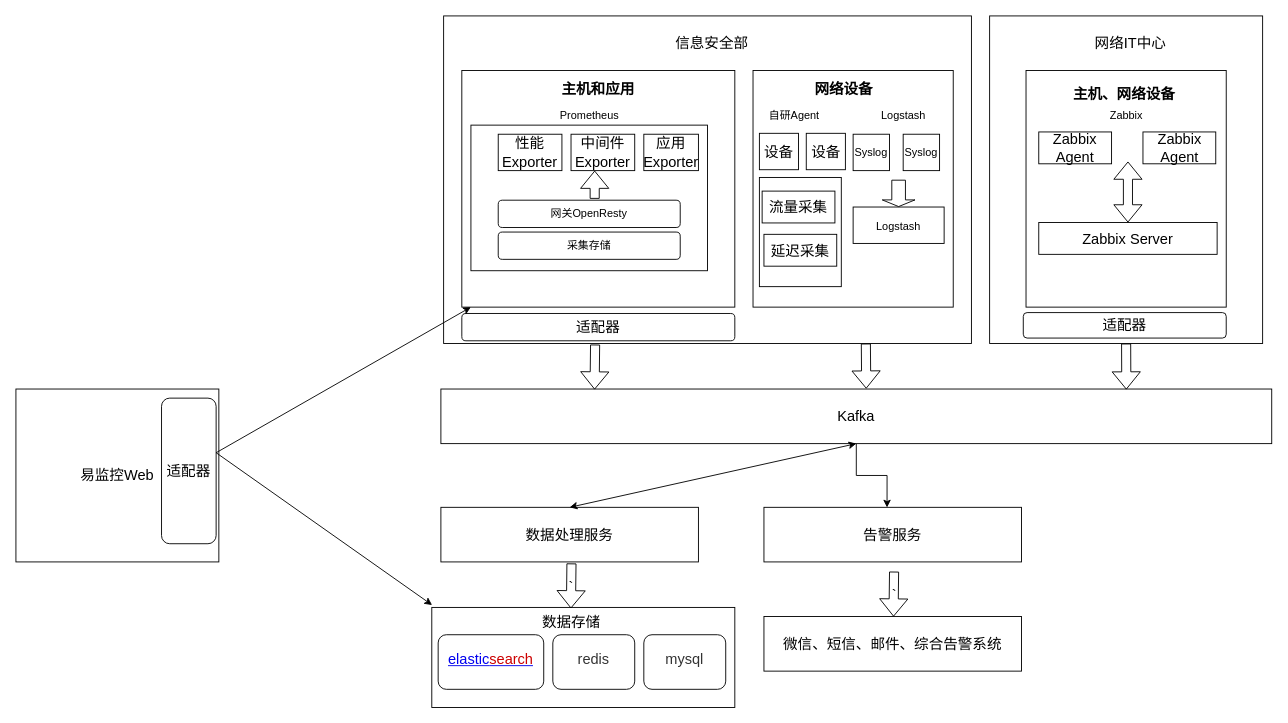
keanhuang/viso keeps this draw.io diagram as Untitled Diagram.drawio. Above is the earlier version. Source tidied: cells renumbered, new cells numbered last; positions are measured from the earlier drawing's top-left corner, leaving out a move shared by most shapes. Both pictures are drawn from the tidied source at 91%, with x=0, y=0 at pixel (15, 15).
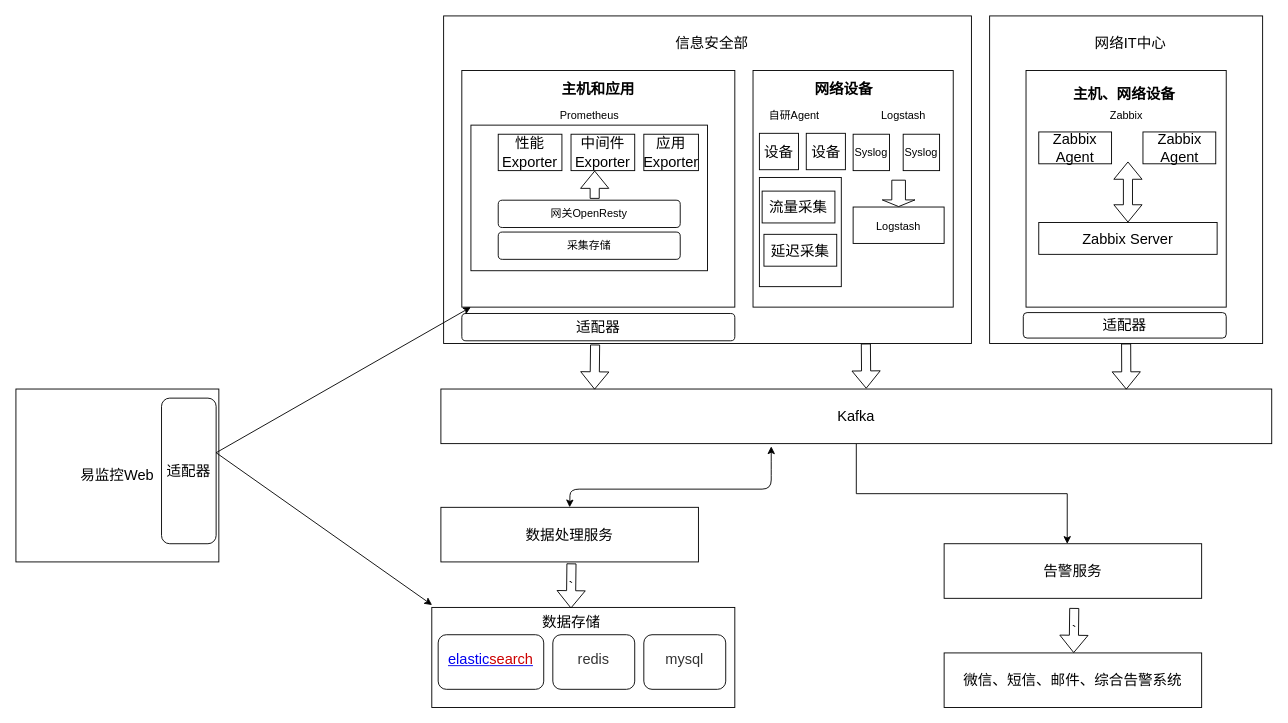
Above is the later version.

Unchanged cells that the change refers to:
```xml
<mxCell id="19" value="数据处理服务" style="rounded=0;whiteSpace=wrap;html=1;labelBackgroundColor=none;fontSize=16;" parent="1" vertex="1">
  <mxGeometry x="467" y="540" width="283" height="60" as="geometry" />
</mxCell>
<mxCell id="28" value="Kafka" style="rounded=0;whiteSpace=wrap;html=1;labelBackgroundColor=none;fontSize=16;" parent="1" vertex="1">
  <mxGeometry x="467" y="410" width="913" height="60" as="geometry" />
</mxCell>
```

Diff of the diagram source:
```diff
@@
-    <mxCell id="34" style="endArrow=classic;startArrow=classic;html=1;fontSize=16;exitX=0.5;exitY=0;exitDx=0;exitDy=0;entryX=0.5;entryY=1;entryDx=0;entryDy=0;" parent="1" edge="1" source="19" target="28">
-      <mxGeometry relative="1" as="geometry" />
+    <mxCell id="34" style="endArrow=classic;startArrow=classic;html=1;fontSize=16;exitX=0.5;exitY=0;exitDx=0;exitDy=0;" parent="1" edge="1" source="19">
+      <mxGeometry relative="1" as="geometry">
+        <mxPoint x="830" y="473" as="targetPoint" />
+        <Array as="points">
+          <mxPoint x="609" y="520" />
+          <mxPoint x="830" y="520" />
+          <mxPoint x="830" y="500" />
+        </Array>
+      </mxGeometry>
     </mxCell>
     <mxCell id="35" value="告警服务" style="rounded=0;whiteSpace=wrap;html=1;labelBackgroundColor=none;fontSize=16;" parent="1" vertex="1">
-      <mxGeometry x="822" y="540" width="283" height="60" as="geometry" />
+      <mxGeometry x="1020" y="580" width="283" height="60" as="geometry" />
     </mxCell>
     <mxCell id="36" value="微信、短信、邮件、综合告警系统" style="rounded=0;whiteSpace=wrap;html=1;labelBackgroundColor=none;fontSize=16;" parent="1" vertex="1">
-      <mxGeometry x="822" y="660" width="283" height="60" as="geometry" />
+      <mxGeometry x="1020" y="700" width="283" height="60" as="geometry" />
     </mxCell>
     <mxCell id="37" value="`" style="shape=flexArrow;endArrow=classic;html=1;fontSize=16;exitX=0.287;exitY=1.003;exitDx=0;exitDy=0;exitPerimeter=0;entryX=0.185;entryY=0.01;entryDx=0;entryDy=0;entryPerimeter=0;" parent="1" edge="1">
       <mxGeometry relative="1" as="geometry">
-        <mxPoint x="965" y="610.6" as="sourcePoint" />
-        <mxPoint x="964.4" y="660.1" as="targetPoint" />
+        <mxPoint x="1163" y="650.6" as="sourcePoint" />
+        <mxPoint x="1162.4" y="700.1" as="targetPoint" />
       </mxGeometry>
     </mxCell>
```
